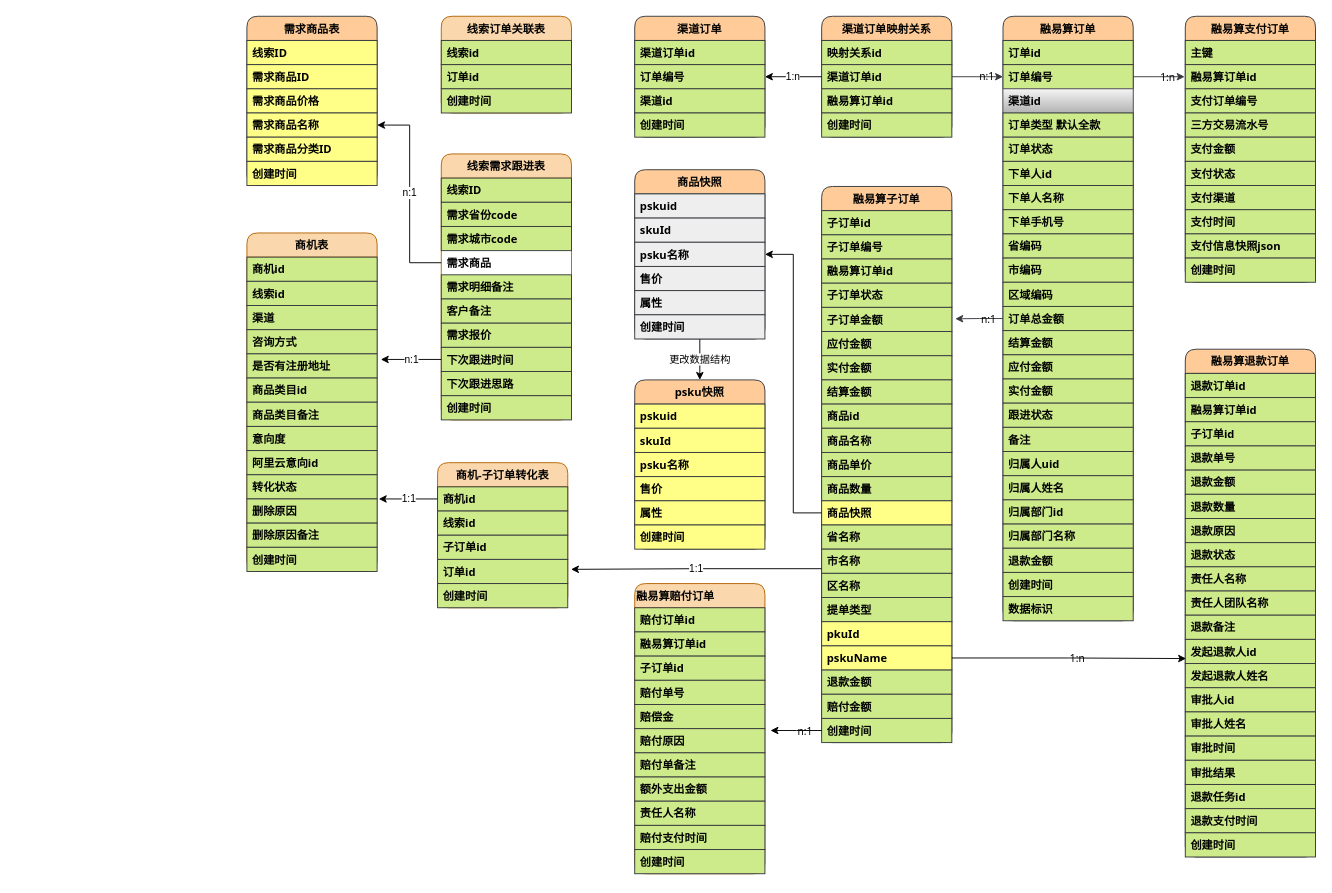
Above: 鹊桥接入商品3.0数据模型.drawio in zhaoershuang/flow-chart (draw.io), before the change. Source tidied: cells renumbered, new cells numbered last; positions are measured from the earlier drawing's top-left corner, leaving out a move shared by most shapes. Both pictures are drawn from the tidied source at 93%, with x=0, y=0 at pixel (246, 16).
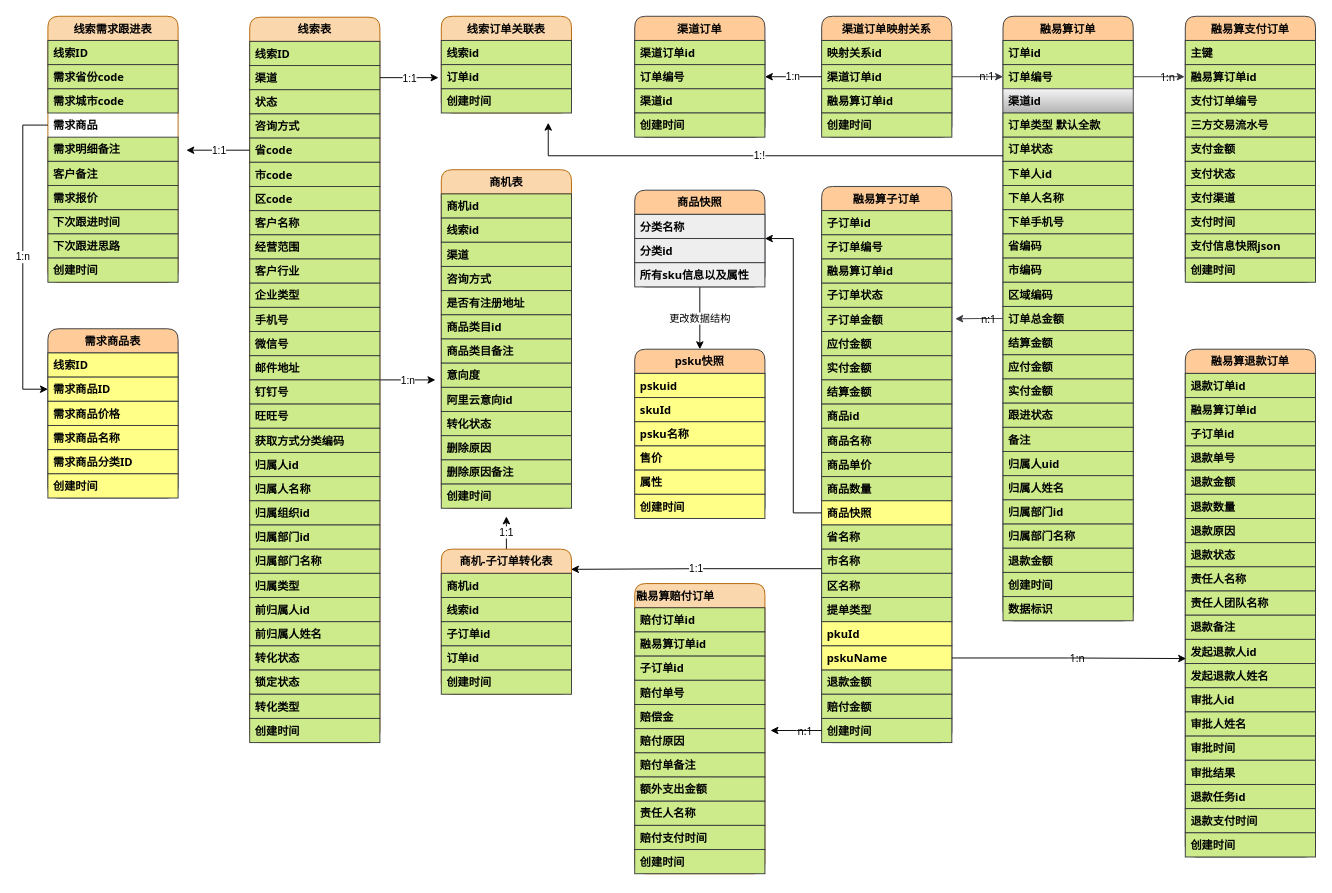
Above is the later version.

Commit message (it also covers changes not shown here):
更新鹊桥接入商品3.0数据模型.drawio

Unchanged cells that the change refers to:
```xml
<mxCell id="18" value="订单状态" style="text;align=left;verticalAlign=top;spacingLeft=4;spacingRight=4;overflow=hidden;points=[[0,0.5],[1,0.5]];portConstraint=eastwest;fontStyle=1;fontFamily=Tahoma;fillColor=#cdeb8b;strokeColor=#36393d;labelBackgroundColor=none;labelBorderColor=none;shadow=0;" parent="13" vertex="1">
  <mxGeometry y="130" width="140" height="26" as="geometry" />
</mxCell>
<mxCell id="130" value="需求商品" style="text;align=left;verticalAlign=top;spacingLeft=4;spacingRight=4;overflow=hidden;points=[[0,0.5],[1,0.5]];portConstraint=eastwest;fontStyle=1;fontFamily=Tahoma;labelBackgroundColor=none;labelBorderColor=none;shadow=0;" parent="126" vertex="1">
  <mxGeometry y="104" width="140" height="26" as="geometry" />
</mxCell>
<mxCell id="134" value="下次跟进时间" style="text;align=left;verticalAlign=top;spacingLeft=4;spacingRight=4;overflow=hidden;points=[[0,0.5],[1,0.5]];portConstraint=eastwest;fontStyle=1;fontFamily=Tahoma;fillColor=#cdeb8b;strokeColor=#36393d;labelBackgroundColor=none;labelBorderColor=none;shadow=0;" parent="126" vertex="1">
  <mxGeometry y="208" width="140" height="26" as="geometry" />
</mxCell>
<mxCell id="139" value="需求商品ID" style="text;align=left;verticalAlign=top;spacingLeft=4;spacingRight=4;overflow=hidden;points=[[0,0.5],[1,0.5]];portConstraint=eastwest;fontStyle=1;fontFamily=Tahoma;fillColor=#ffff88;strokeColor=#36393d;" parent="137" vertex="1">
  <mxGeometry y="52" width="140" height="26" as="geometry" />
</mxCell>
<mxCell id="141" value="需求商品名称" style="text;align=left;verticalAlign=top;spacingLeft=4;spacingRight=4;overflow=hidden;points=[[0,0.5],[1,0.5]];portConstraint=eastwest;fontStyle=1;fontFamily=Tahoma;fillColor=#ffff88;strokeColor=#36393d;" parent="137" vertex="1">
  <mxGeometry y="104" width="140" height="26" as="geometry" />
</mxCell>
<mxCell id="160" value="商机id" style="text;align=left;verticalAlign=top;spacingLeft=4;spacingRight=4;overflow=hidden;points=[[0,0.5],[1,0.5]];portConstraint=eastwest;fontStyle=1;fontFamily=Tahoma;fillColor=#cdeb8b;strokeColor=#36393d;labelBackgroundColor=none;labelBorderColor=none;shadow=0;" parent="159" vertex="1">
  <mxGeometry y="26" width="140" height="26" as="geometry" />
</mxCell>
```

The edit, as a diff of the source:
```diff
@@
     <mxCell id="110" value="psku快照" style="swimlane;fontStyle=1;horizontal=1;startSize=26;rounded=1;fontFamily=Tahoma;fillColor=#ffcc99;strokeColor=#36393d;align=center;labelBackgroundColor=none;labelBorderColor=none;shadow=0;" parent="1" vertex="1">
-      <mxGeometry x="417" y="391" width="140" height="182" as="geometry" />
+      <mxGeometry x="417" y="358" width="140" height="182" as="geometry" />
     </mxCell>
@@
     <mxCell id="118" value="商品快照" style="swimlane;fontStyle=1;horizontal=1;startSize=26;rounded=1;fontFamily=Tahoma;fillColor=#ffcc99;strokeColor=#36393d;align=center;labelBackgroundColor=none;labelBorderColor=none;shadow=0;" parent="1" vertex="1">
-      <mxGeometry x="417" y="165" width="140" height="182" as="geometry" />
+      <mxGeometry x="417" y="187" width="140" height="104" as="geometry" />
     </mxCell>
-    <mxCell id="119" value="pskuid" style="text;align=left;verticalAlign=top;spacingLeft=4;spacingRight=4;overflow=hidden;fontStyle=1;fontFamily=Tahoma;fillColor=#eeeeee;strokeColor=#36393d;labelBackgroundColor=none;labelBorderColor=none;shadow=0;" parent="118" vertex="1">
+    <mxCell id="119" value="分类名称" style="text;align=left;verticalAlign=top;spacingLeft=4;spacingRight=4;overflow=hidden;fontStyle=1;fontFamily=Tahoma;fillColor=#eeeeee;strokeColor=#36393d;labelBackgroundColor=none;labelBorderColor=none;shadow=0;" parent="118" vertex="1">
       <mxGeometry y="26" width="140" height="26" as="geometry" />
     </mxCell>
+    <mxCell id="121" value="分类id" style="text;align=left;verticalAlign=top;spacingLeft=4;spacingRight=4;overflow=hidden;fontStyle=1;fontFamily=Tahoma;fillColor=#eeeeee;strokeColor=#36393d;labelBackgroundColor=none;labelBorderColor=none;shadow=0;" parent="118" vertex="1">
+      <mxGeometry y="52" width="140" height="26" as="geometry" />
+    </mxCell>
-    <mxCell id="120" value="skuId" style="text;align=left;verticalAlign=top;spacingLeft=4;spacingRight=4;overflow=hidden;fontStyle=1;fontFamily=Tahoma;fillColor=#eeeeee;strokeColor=#36393d;labelBackgroundColor=none;labelBorderColor=none;shadow=0;" parent="118" vertex="1">
-      <mxGeometry y="52" width="140" height="26" as="geometry" />
+    <mxCell id="120" value="所有sku信息以及属性" style="text;align=left;verticalAlign=top;spacingLeft=4;spacingRight=4;overflow=hidden;fontStyle=1;fontFamily=Tahoma;fillColor=#eeeeee;strokeColor=#36393d;labelBackgroundColor=none;labelBorderColor=none;shadow=0;" parent="118" vertex="1">
+      <mxGeometry y="78" width="140" height="26" as="geometry" />
     </mxCell>
-    <mxCell id="121" value="psku名称" style="text;align=left;verticalAlign=top;spacingLeft=4;spacingRight=4;overflow=hidden;fontStyle=1;fontFamily=Tahoma;fillColor=#eeeeee;strokeColor=#36393d;labelBackgroundColor=none;labelBorderColor=none;shadow=0;" parent="118" vertex="1">
-      <mxGeometry y="78" width="140" height="26" as="geometry" />
-    </mxCell>
-    <mxCell id="122" value="售价" style="text;align=left;verticalAlign=top;spacingLeft=4;spacingRight=4;overflow=hidden;fontStyle=1;fontFamily=Tahoma;fillColor=#eeeeee;strokeColor=#36393d;labelBackgroundColor=none;labelBorderColor=none;shadow=0;" parent="118" vertex="1">
-      <mxGeometry y="104" width="140" height="26" as="geometry" />
-    </mxCell>
-    <mxCell id="123" value="属性" style="text;align=left;verticalAlign=top;spacingLeft=4;spacingRight=4;overflow=hidden;fontStyle=1;fontFamily=Tahoma;fillColor=#eeeeee;strokeColor=#36393d;labelBackgroundColor=none;labelBorderColor=none;shadow=0;" parent="118" vertex="1">
-      <mxGeometry y="130" width="140" height="26" as="geometry" />
-    </mxCell>
-    <mxCell id="124" value="创建时间" style="text;align=left;verticalAlign=top;spacingLeft=4;spacingRight=4;overflow=hidden;fontStyle=1;fontFamily=Tahoma;fillColor=#eeeeee;strokeColor=#36393d;labelBackgroundColor=none;labelBorderColor=none;shadow=0;" parent="118" vertex="1">
-      <mxGeometry y="156" width="140" height="26" as="geometry" />
-    </mxCell>
@@
     <mxCell id="126" value="线索需求跟进表" style="swimlane;fontStyle=1;horizontal=1;startSize=26;rounded=1;fontFamily=Tahoma;fillColor=#fad7ac;strokeColor=#b46504;align=center;labelBackgroundColor=none;labelBorderColor=none;shadow=0;" parent="1" vertex="1">
-      <mxGeometry x="209" y="148" width="140" height="286" as="geometry" />
+      <mxGeometry x="-214" width="140" height="286" as="geometry" />
     </mxCell>
@@
     <mxCell id="137" value="需求商品表" style="swimlane;fontStyle=1;horizontal=1;startSize=26;rounded=1;sketch=0;swimlaneFillColor=none;fontFamily=Tahoma;fillColor=#ffcc99;strokeColor=#36393d;" parent="1" vertex="1">
-      <mxGeometry width="140" height="182" as="geometry" />
+      <mxGeometry x="-214" y="336" width="140" height="182" as="geometry" />
     </mxCell>
@@
-    <mxCell id="144" value="n:1" style="edgeStyle=orthogonalEdgeStyle;rounded=0;jettySize=auto;html=1;entryX=1;entryY=0.5;entryDx=0;entryDy=0;" parent="1" edge="1" source="130" target="141">
-      <mxGeometry relative="1" as="geometry">
-        <Array as="points">
-          <mxPoint x="175" y="265" />
-          <mxPoint x="175" y="117" />
-        </Array>
-      </mxGeometry>
-    </mxCell>
     <mxCell id="145" value="商机表" style="swimlane;fontStyle=1;horizontal=1;startSize=26;rounded=1;fontFamily=Tahoma;fillColor=#fad7ac;strokeColor=#b46504;align=center;labelBackgroundColor=none;labelBorderColor=none;shadow=0;" parent="1" vertex="1">
-      <mxGeometry y="233" width="140" height="364" as="geometry" />
+      <mxGeometry x="209" y="165" width="140" height="364" as="geometry" />
     </mxCell>
@@
+    <mxCell id="172" value="1:1" style="edgeStyle=orthogonalEdgeStyle;rounded=0;jettySize=auto;html=1;" parent="1" edge="1" source="159">
+      <mxGeometry relative="1" as="geometry">
+        <mxPoint x="279" y="537.8" as="targetPoint" />
+      </mxGeometry>
+    </mxCell>
     <mxCell id="159" value="商机-子订单转化表" style="swimlane;fontStyle=1;horizontal=1;startSize=26;rounded=1;fontFamily=Tahoma;fillColor=#fad7ac;strokeColor=#b46504;align=center;labelBackgroundColor=none;labelBorderColor=none;shadow=0;" parent="1" vertex="1">
-      <mxGeometry x="205" y="480" width="140" height="156" as="geometry" />
+      <mxGeometry x="209" y="573" width="140" height="156" as="geometry" />
     </mxCell>
@@
-    <mxCell id="170" value="1:1" style="edgeStyle=orthogonalEdgeStyle;rounded=0;jettySize=auto;html=1;" parent="1" edge="1" source="160">
-      <mxGeometry relative="1" as="geometry">
-        <mxPoint x="141.8" y="519" as="targetPoint" />
-      </mxGeometry>
-    </mxCell>
-    <mxCell id="171" value="n:1" style="edgeStyle=orthogonalEdgeStyle;rounded=0;jettySize=auto;html=1;" parent="1" edge="1" source="134">
-      <mxGeometry relative="1" as="geometry">
-        <mxPoint x="144" y="369" as="targetPoint" />
-      </mxGeometry>
-    </mxCell>
+    <mxCell id="173" value="1:!" style="edgeStyle=orthogonalEdgeStyle;rounded=0;jettySize=auto;html=1;" parent="1" edge="1" source="18">
+      <mxGeometry relative="1" as="geometry">
+        <mxPoint x="324" y="114.5" as="targetPoint" />
+        <Array as="points">
+          <mxPoint x="324" y="150" />
+        </Array>
+      </mxGeometry>
+    </mxCell>
+    <mxCell id="174" value="1:n" style="edgeStyle=orthogonalEdgeStyle;rounded=0;jettySize=auto;html=1;" parent="1" edge="1" source="175">
+      <mxGeometry relative="1" as="geometry">
+        <mxPoint x="202.7" y="391" as="targetPoint" />
+      </mxGeometry>
+    </mxCell>
+    <mxCell id="175" value="线索表" style="swimlane;fontStyle=1;horizontal=1;startSize=26;rounded=1;fontFamily=Tahoma;fillColor=#fad7ac;strokeColor=#b46504;align=center;labelBackgroundColor=none;labelBorderColor=none;shadow=0;" parent="1" vertex="1">
+      <mxGeometry x="3" y="1" width="140" height="780" as="geometry" />
+    </mxCell>
+    <mxCell id="176" value="线索ID" style="text;align=left;verticalAlign=top;spacingLeft=4;spacingRight=4;overflow=hidden;fontStyle=1;fontFamily=Tahoma;fillColor=#cdeb8b;strokeColor=#36393d;labelBackgroundColor=none;labelBorderColor=none;shadow=0;" parent="175" vertex="1">
+      <mxGeometry y="26" width="140" height="26" as="geometry" />
+    </mxCell>
+    <mxCell id="177" value="渠道" style="text;align=left;verticalAlign=top;spacingLeft=4;spacingRight=4;overflow=hidden;points=[[0,0.5],[1,0.5]];portConstraint=eastwest;fontStyle=1;fontFamily=Tahoma;fillColor=#cdeb8b;strokeColor=#36393d;labelBackgroundColor=none;labelBorderColor=none;shadow=0;" parent="175" vertex="1">
+      <mxGeometry y="52" width="140" height="26" as="geometry" />
+    </mxCell>
+    <mxCell id="178" value="状态" style="text;align=left;verticalAlign=top;spacingLeft=4;spacingRight=4;overflow=hidden;fontStyle=1;fontFamily=Tahoma;fillColor=#cdeb8b;strokeColor=#36393d;labelBackgroundColor=none;labelBorderColor=none;shadow=0;" parent="175" vertex="1">
+      <mxGeometry y="78" width="140" height="26" as="geometry" />
+    </mxCell>
+    <mxCell id="179" value="咨询方式" style="text;align=left;verticalAlign=top;spacingLeft=4;spacingRight=4;overflow=hidden;fontStyle=1;fontFamily=Tahoma;labelBackgroundColor=none;labelBorderColor=none;shadow=0;fillColor=#cdeb8b;strokeColor=#36393d;" parent="175" vertex="1">
+      <mxGeometry y="104" width="140" height="26" as="geometry" />
+    </mxCell>
+    <mxCell id="180" value="省code" style="text;align=left;verticalAlign=top;spacingLeft=4;spacingRight=4;overflow=hidden;points=[[0,0.5],[1,0.5]];portConstraint=eastwest;fontStyle=1;fontFamily=Tahoma;fillColor=#cdeb8b;strokeColor=#36393d;labelBackgroundColor=none;labelBorderColor=none;shadow=0;" parent="175" vertex="1">
+      <mxGeometry y="130" width="140" height="26" as="geometry" />
+    </mxCell>
+    <mxCell id="181" value="市code" style="text;align=left;verticalAlign=top;spacingLeft=4;spacingRight=4;overflow=hidden;fontStyle=1;fontFamily=Tahoma;fillColor=#cdeb8b;strokeColor=#36393d;labelBackgroundColor=none;labelBorderColor=none;shadow=0;" parent="175" vertex="1">
+      <mxGeometry y="156" width="140" height="26" as="geometry" />
+    </mxCell>
+    <mxCell id="182" value="区code" style="text;align=left;verticalAlign=top;spacingLeft=4;spacingRight=4;overflow=hidden;fontStyle=1;fontFamily=Tahoma;fillColor=#cdeb8b;strokeColor=#36393d;labelBackgroundColor=none;labelBorderColor=none;shadow=0;" parent="175" vertex="1">
+      <mxGeometry y="182" width="140" height="26" as="geometry" />
+    </mxCell>
+    <mxCell id="183" value="客户名称" style="text;align=left;verticalAlign=top;spacingLeft=4;spacingRight=4;overflow=hidden;fontStyle=1;fontFamily=Tahoma;fillColor=#cdeb8b;strokeColor=#36393d;labelBackgroundColor=none;labelBorderColor=none;shadow=0;" parent="175" vertex="1">
+      <mxGeometry y="208" width="140" height="26" as="geometry" />
+    </mxCell>
+    <mxCell id="184" value="经营范围" style="text;align=left;verticalAlign=top;spacingLeft=4;spacingRight=4;overflow=hidden;fontStyle=1;fontFamily=Tahoma;fillColor=#cdeb8b;strokeColor=#36393d;labelBackgroundColor=none;labelBorderColor=none;shadow=0;" parent="175" vertex="1">
+      <mxGeometry y="234" width="140" height="26" as="geometry" />
+    </mxCell>
+    <mxCell id="185" value="客户行业" style="text;align=left;verticalAlign=top;spacingLeft=4;spacingRight=4;overflow=hidden;fontStyle=1;fontFamily=Tahoma;fillColor=#cdeb8b;strokeColor=#36393d;labelBackgroundColor=none;labelBorderColor=none;shadow=0;" parent="175" vertex="1">
+      <mxGeometry y="260" width="140" height="26" as="geometry" />
+    </mxCell>
+    <mxCell id="186" value="企业类型" style="text;align=left;verticalAlign=top;spacingLeft=4;spacingRight=4;overflow=hidden;fontStyle=1;fontFamily=Tahoma;fillColor=#cdeb8b;strokeColor=#36393d;labelBackgroundColor=none;labelBorderColor=none;shadow=0;" parent="175" vertex="1">
+      <mxGeometry y="286" width="140" height="26" as="geometry" />
+    </mxCell>
+    <mxCell id="187" value="手机号" style="text;align=left;verticalAlign=top;spacingLeft=4;spacingRight=4;overflow=hidden;fontStyle=1;fontFamily=Tahoma;fillColor=#cdeb8b;strokeColor=#36393d;labelBackgroundColor=none;labelBorderColor=none;shadow=0;" parent="175" vertex="1">
+      <mxGeometry y="312" width="140" height="26" as="geometry" />
+    </mxCell>
+    <mxCell id="188" value="微信号" style="text;align=left;verticalAlign=top;spacingLeft=4;spacingRight=4;overflow=hidden;fontStyle=1;fontFamily=Tahoma;fillColor=#cdeb8b;strokeColor=#36393d;labelBackgroundColor=none;labelBorderColor=none;shadow=0;" parent="175" vertex="1">
+      <mxGeometry y="338" width="140" height="26" as="geometry" />
+    </mxCell>
+    <mxCell id="189" value="邮件地址" style="text;align=left;verticalAlign=top;spacingLeft=4;spacingRight=4;overflow=hidden;fontStyle=1;fontFamily=Tahoma;fillColor=#cdeb8b;strokeColor=#36393d;labelBackgroundColor=none;labelBorderColor=none;shadow=0;" parent="175" vertex="1">
+      <mxGeometry y="364" width="140" height="26" as="geometry" />
+    </mxCell>
+    <mxCell id="190" value="钉钉号" style="text;align=left;verticalAlign=top;spacingLeft=4;spacingRight=4;overflow=hidden;fontStyle=1;fontFamily=Tahoma;fillColor=#cdeb8b;strokeColor=#36393d;labelBackgroundColor=none;labelBorderColor=none;shadow=0;" parent="175" vertex="1">
+      <mxGeometry y="390" width="140" height="26" as="geometry" />
+    </mxCell>
+    <mxCell id="191" value="旺旺号" style="text;align=left;verticalAlign=top;spacingLeft=4;spacingRight=4;overflow=hidden;fontStyle=1;fontFamily=Tahoma;fillColor=#cdeb8b;strokeColor=#36393d;labelBackgroundColor=none;labelBorderColor=none;shadow=0;" parent="175" vertex="1">
+      <mxGeometry y="416" width="140" height="26" as="geometry" />
+    </mxCell>
+    <mxCell id="192" value="获取方式分类编码" style="text;align=left;verticalAlign=top;spacingLeft=4;spacingRight=4;overflow=hidden;fontStyle=1;fontFamily=Tahoma;fillColor=#cdeb8b;strokeColor=#36393d;labelBackgroundColor=none;labelBorderColor=none;shadow=0;" parent="175" vertex="1">
+      <mxGeometry y="442" width="140" height="26" as="geometry" />
+    </mxCell>
+    <mxCell id="193" value="归属人id" style="text;align=left;verticalAlign=top;spacingLeft=4;spacingRight=4;overflow=hidden;fontStyle=1;fontFamily=Tahoma;fillColor=#cdeb8b;strokeColor=#36393d;labelBackgroundColor=none;labelBorderColor=none;shadow=0;" parent="175" vertex="1">
+      <mxGeometry y="468" width="140" height="26" as="geometry" />
+    </mxCell>
+    <mxCell id="194" value="归属人名称" style="text;align=left;verticalAlign=top;spacingLeft=4;spacingRight=4;overflow=hidden;fontStyle=1;fontFamily=Tahoma;fillColor=#cdeb8b;strokeColor=#36393d;labelBackgroundColor=none;labelBorderColor=none;shadow=0;" parent="175" vertex="1">
+      <mxGeometry y="494" width="140" height="26" as="geometry" />
+    </mxCell>
+    <mxCell id="195" value="归属组织id" style="text;align=left;verticalAlign=top;spacingLeft=4;spacingRight=4;overflow=hidden;fontStyle=1;fontFamily=Tahoma;fillColor=#cdeb8b;strokeColor=#36393d;labelBackgroundColor=none;labelBorderColor=none;shadow=0;" parent="175" vertex="1">
+      <mxGeometry y="520" width="140" height="26" as="geometry" />
+    </mxCell>
+    <mxCell id="196" value="归属部门id" style="text;align=left;verticalAlign=top;spacingLeft=4;spacingRight=4;overflow=hidden;fontStyle=1;fontFamily=Tahoma;fillColor=#cdeb8b;strokeColor=#36393d;labelBackgroundColor=none;labelBorderColor=none;shadow=0;" parent="175" vertex="1">
+      <mxGeometry y="546" width="140" height="26" as="geometry" />
+    </mxCell>
+    <mxCell id="197" value="归属部门名称" style="text;align=left;verticalAlign=top;spacingLeft=4;spacingRight=4;overflow=hidden;fontStyle=1;fontFamily=Tahoma;fillColor=#cdeb8b;strokeColor=#36393d;labelBackgroundColor=none;labelBorderColor=none;shadow=0;" parent="175" vertex="1">
+      <mxGeometry y="572" width="140" height="26" as="geometry" />
+    </mxCell>
+    <mxCell id="198" value="归属类型" style="text;align=left;verticalAlign=top;spacingLeft=4;spacingRight=4;overflow=hidden;fontStyle=1;fontFamily=Tahoma;fillColor=#cdeb8b;strokeColor=#36393d;labelBackgroundColor=none;labelBorderColor=none;shadow=0;" parent="175" vertex="1">
+      <mxGeometry y="598" width="140" height="26" as="geometry" />
+    </mxCell>
+    <mxCell id="199" value="前归属人id" style="text;align=left;verticalAlign=top;spacingLeft=4;spacingRight=4;overflow=hidden;fontStyle=1;fontFamily=Tahoma;fillColor=#cdeb8b;strokeColor=#36393d;labelBackgroundColor=none;labelBorderColor=none;shadow=0;" parent="175" vertex="1">
+      <mxGeometry y="624" width="140" height="26" as="geometry" />
+    </mxCell>
+    <mxCell id="200" value="前归属人姓名" style="text;align=left;verticalAlign=top;spacingLeft=4;spacingRight=4;overflow=hidden;fontStyle=1;fontFamily=Tahoma;fillColor=#cdeb8b;strokeColor=#36393d;labelBackgroundColor=none;labelBorderColor=none;shadow=0;" parent="175" vertex="1">
+      <mxGeometry y="650" width="140" height="26" as="geometry" />
+    </mxCell>
+    <mxCell id="201" value="转化状态" style="text;align=left;verticalAlign=top;spacingLeft=4;spacingRight=4;overflow=hidden;fontStyle=1;fontFamily=Tahoma;fillColor=#cdeb8b;strokeColor=#36393d;labelBackgroundColor=none;labelBorderColor=none;shadow=0;" parent="175" vertex="1">
+      <mxGeometry y="676" width="140" height="26" as="geometry" />
+    </mxCell>
+    <mxCell id="202" value="锁定状态" style="text;align=left;verticalAlign=top;spacingLeft=4;spacingRight=4;overflow=hidden;fontStyle=1;fontFamily=Tahoma;fillColor=#cdeb8b;strokeColor=#36393d;labelBackgroundColor=none;labelBorderColor=none;shadow=0;" parent="175" vertex="1">
+      <mxGeometry y="702" width="140" height="26" as="geometry" />
+    </mxCell>
+    <mxCell id="203" value="转化类型" style="text;align=left;verticalAlign=top;spacingLeft=4;spacingRight=4;overflow=hidden;fontStyle=1;fontFamily=Tahoma;fillColor=#cdeb8b;strokeColor=#36393d;labelBackgroundColor=none;labelBorderColor=none;shadow=0;" parent="175" vertex="1">
+      <mxGeometry y="728" width="140" height="26" as="geometry" />
+    </mxCell>
+    <mxCell id="124" value="创建时间" style="text;align=left;verticalAlign=top;spacingLeft=4;spacingRight=4;overflow=hidden;fontStyle=1;fontFamily=Tahoma;fillColor=#cdeb8b;strokeColor=#36393d;labelBackgroundColor=none;labelBorderColor=none;shadow=0;" parent="175" vertex="1">
+      <mxGeometry y="754" width="140" height="26" as="geometry" />
+    </mxCell>
+    <mxCell id="204" value="1:1" style="edgeStyle=orthogonalEdgeStyle;rounded=0;jettySize=auto;html=1;" parent="1" edge="1" source="177">
+      <mxGeometry relative="1" as="geometry">
+        <mxPoint x="206" y="66" as="targetPoint" />
+      </mxGeometry>
+    </mxCell>
+    <mxCell id="205" value="1:1" style="edgeStyle=orthogonalEdgeStyle;rounded=0;jettySize=auto;html=1;" parent="1" edge="1" source="180">
+      <mxGeometry relative="1" as="geometry">
+        <mxPoint x="-65.1" y="144" as="targetPoint" />
+      </mxGeometry>
+    </mxCell>
+    <mxCell id="206" value="1:n" style="edgeStyle=orthogonalEdgeStyle;rounded=0;jettySize=auto;html=1;entryX=0;entryY=0.5;entryDx=0;entryDy=0;" parent="1" edge="1" source="130" target="139">
+      <mxGeometry relative="1" as="geometry">
+        <Array as="points">
+          <mxPoint x="-241" y="117" />
+          <mxPoint x="-241" y="401" />
+        </Array>
+      </mxGeometry>
+    </mxCell>
```
